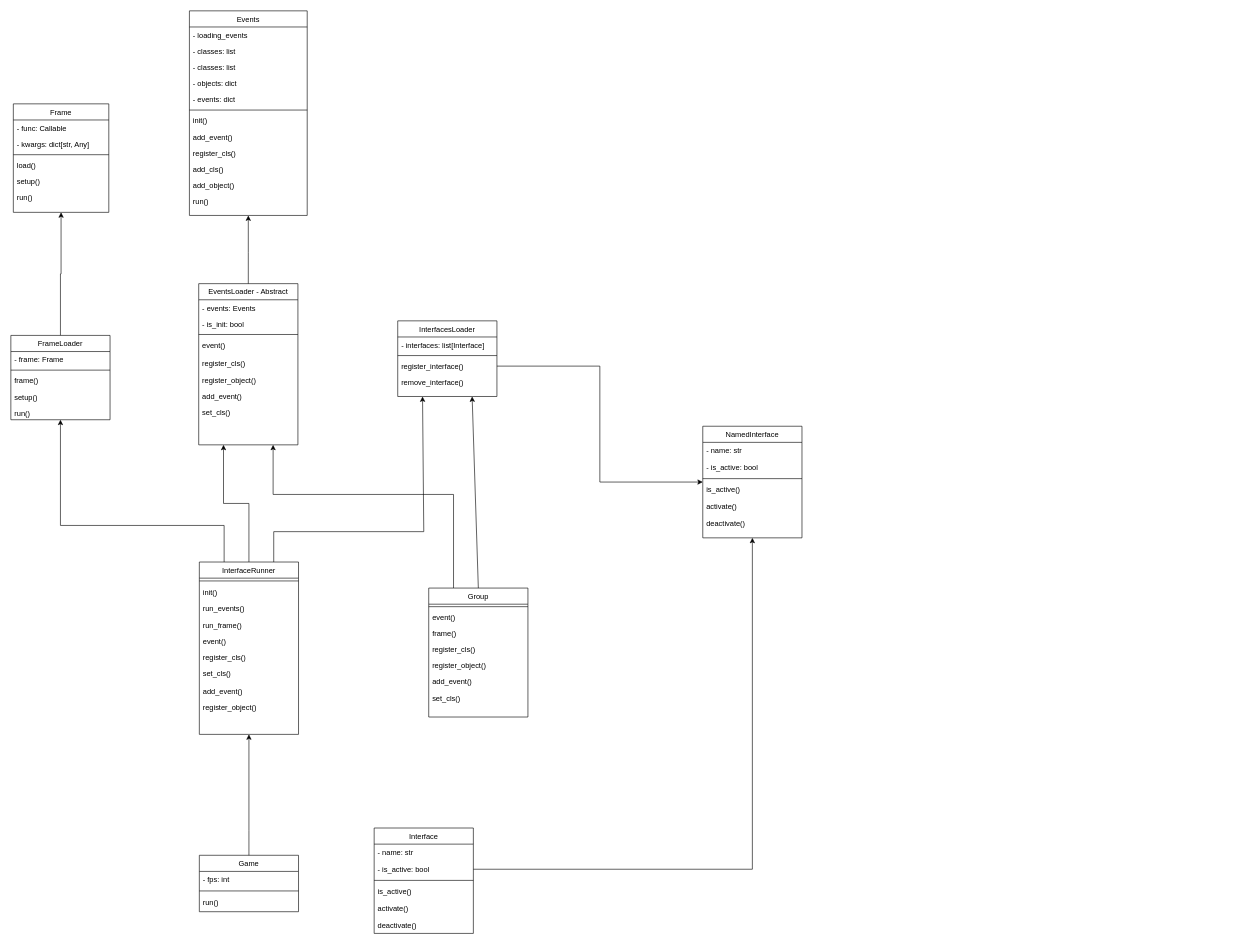
The draw.io diagram Diagrama sem nome.drawio in KauanHK/diagramas, before the edit. Source tidied: cells renumbered, new cells numbered last; positions are measured from the earlier drawing's top-left corner, leaving out a move shared by most shapes. Both pictures are drawn from the tidied source at 62%, with x=0, y=0 at pixel (11, 11).
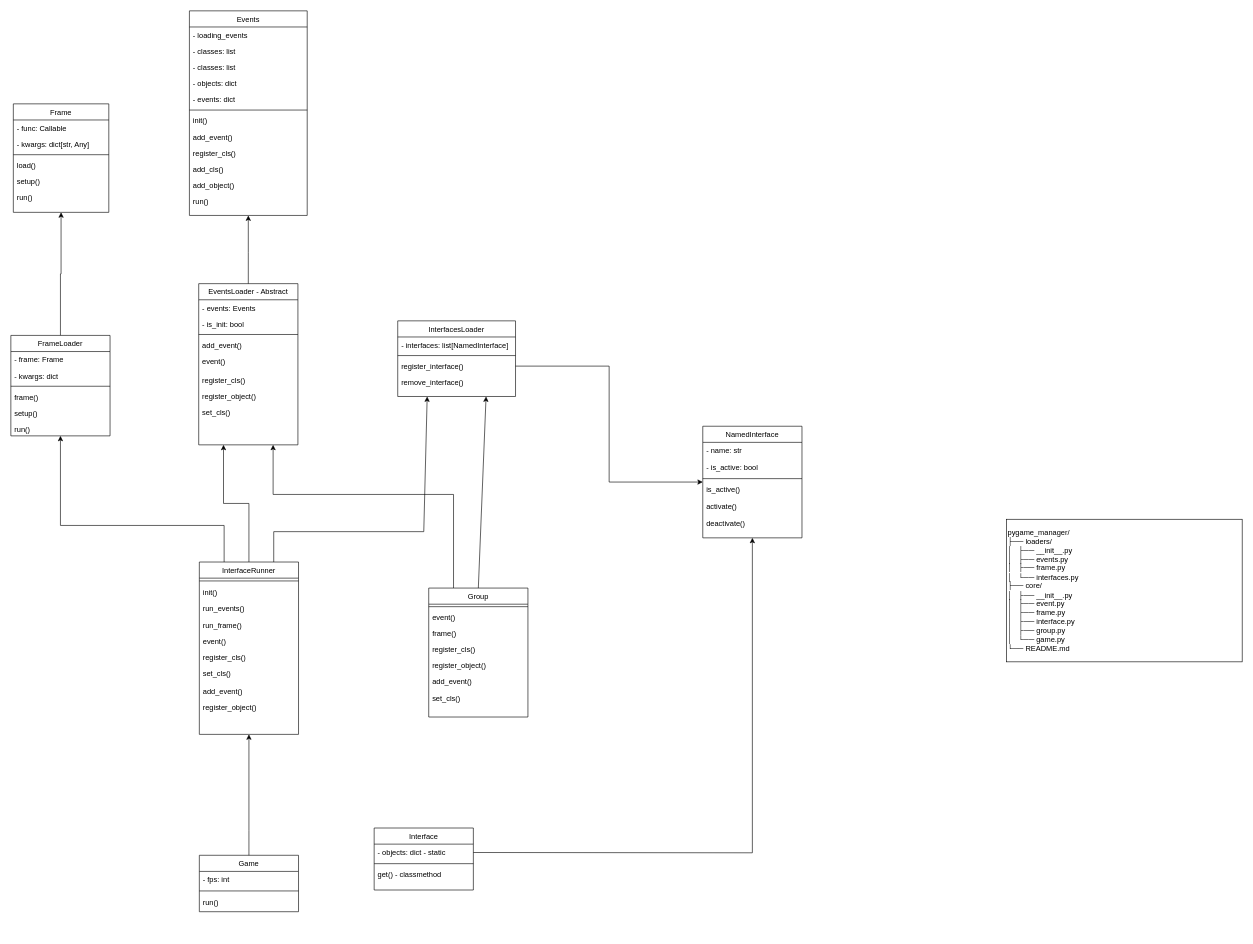
After the change.

Unchanged cells that the change refers to:
```xml
<mxCell id="2" value="EventsLoader - Abstract" style="swimlane;fontStyle=0;align=center;verticalAlign=top;horizontal=1;startSize=26;rounded=0;shadow=0;strokeWidth=1;" parent="1" vertex="1">
  <mxGeometry x="303" y="440" width="160" height="260" as="geometry" />
</mxCell>
<mxCell id="79" value="NamedInterface" style="swimlane;fontStyle=0;align=center;verticalAlign=top;horizontal=1;startSize=26;rounded=0;shadow=0;strokeWidth=1;" parent="1" vertex="1">
  <mxGeometry x="1116" y="670" width="160" height="180" as="geometry" />
</mxCell>
```

Change to the diagram source:
```diff
@@
+    <mxCell id="9" value="add_event()&#10;" style="text;align=left;verticalAlign=top;spacingLeft=4;spacingRight=4;overflow=hidden;" parent="2" vertex="1">
+      <mxGeometry y="86" width="160" height="26" as="geometry" />
+    </mxCell>
     <mxCell id="6" value="event()&#10;" style="text;align=left;verticalAlign=top;spacingLeft=4;spacingRight=4;overflow=hidden;" parent="2" vertex="1">
-      <mxGeometry y="86" width="160" height="30" as="geometry" />
+      <mxGeometry y="112" width="160" height="30" as="geometry" />
     </mxCell>
     <mxCell id="7" value="register_cls()&#10;" style="text;align=left;verticalAlign=top;spacingLeft=4;spacingRight=4;overflow=hidden;" parent="2" vertex="1">
-      <mxGeometry y="116" width="160" height="26" as="geometry" />
+      <mxGeometry y="142" width="160" height="26" as="geometry" />
     </mxCell>
     <mxCell id="8" value="register_object()" style="text;align=left;verticalAlign=top;spacingLeft=4;spacingRight=4;overflow=hidden;" parent="2" vertex="1">
-      <mxGeometry y="142" width="160" height="26" as="geometry" />
+      <mxGeometry y="168" width="160" height="26" as="geometry" />
     </mxCell>
-    <mxCell id="9" value="add_event()&#10;" style="text;align=left;verticalAlign=top;spacingLeft=4;spacingRight=4;overflow=hidden;" parent="2" vertex="1">
-      <mxGeometry y="168" width="160" height="26" as="geometry" />
-    </mxCell>
@@
     <mxCell id="11" value="Interface" style="swimlane;fontStyle=0;align=center;verticalAlign=top;horizontal=1;startSize=26;rounded=0;shadow=0;strokeWidth=1;" parent="1" vertex="1">
-      <mxGeometry x="586" y="1318" width="160" height="170" as="geometry" />
+      <mxGeometry x="586" y="1318" width="160" height="100" as="geometry" />
     </mxCell>
-    <mxCell id="12" value="- name: str" style="text;align=left;verticalAlign=top;spacingLeft=4;spacingRight=4;overflow=hidden;rounded=0;shadow=0;html=0;" parent="11" vertex="1">
-      <mxGeometry y="26" width="160" height="27" as="geometry" />
-    </mxCell>
-    <mxCell id="13" value="- is_active: bool" style="text;align=left;verticalAlign=top;spacingLeft=4;spacingRight=4;overflow=hidden;points=[[0,0.5],[1,0.5]];portConstraint=eastwest;rounded=0;shadow=0;html=0;" parent="11" vertex="1">
-      <mxGeometry y="53" width="160" height="27" as="geometry" />
-    </mxCell>
+    <mxCell id="88" value="- objects: dict - static" style="text;align=left;verticalAlign=top;spacingLeft=4;spacingRight=4;overflow=hidden;rounded=0;shadow=0;html=0;" parent="11" vertex="1">
+      <mxGeometry y="26" width="160" height="27" as="geometry" />
+    </mxCell>
     <mxCell id="14" style="line;html=1;strokeWidth=1;align=left;verticalAlign=middle;spacingTop=-1;spacingLeft=3;spacingRight=3;labelPosition=right;" parent="11" vertex="1">
-      <mxGeometry y="80" width="160" height="9" as="geometry" />
+      <mxGeometry y="53" width="160" height="9" as="geometry" />
     </mxCell>
-    <mxCell id="15" value="is_active()" style="text;align=left;verticalAlign=top;spacingLeft=4;spacingRight=4;overflow=hidden;rounded=0;shadow=0;html=0;" parent="11" vertex="1">
-      <mxGeometry y="89" width="160" height="27" as="geometry" />
-    </mxCell>
-    <mxCell id="16" value="activate()" style="text;align=left;verticalAlign=top;spacingLeft=4;spacingRight=4;overflow=hidden;rounded=0;shadow=0;html=0;" parent="11" vertex="1">
-      <mxGeometry y="116" width="160" height="27" as="geometry" />
-    </mxCell>
-    <mxCell id="17" value="deactivate()" style="text;align=left;verticalAlign=top;spacingLeft=4;spacingRight=4;overflow=hidden;rounded=0;shadow=0;html=0;" parent="11" vertex="1">
-      <mxGeometry y="143" width="160" height="27" as="geometry" />
+    <mxCell id="17" value="get() - classmethod" style="text;align=left;verticalAlign=top;spacingLeft=4;spacingRight=4;overflow=hidden;rounded=0;shadow=0;html=0;" parent="11" vertex="1">
+      <mxGeometry y="62" width="160" height="27" as="geometry" />
     </mxCell>
@@
     <mxCell id="51" value="InterfacesLoader" style="swimlane;fontStyle=0;align=center;verticalAlign=top;horizontal=1;startSize=26;rounded=0;shadow=0;strokeWidth=1;" parent="1" vertex="1">
-      <mxGeometry x="624" y="500" width="160" height="122" as="geometry" />
+      <mxGeometry x="624" y="500" width="190" height="122" as="geometry" />
     </mxCell>
-    <mxCell id="52" value="- interfaces: list[Interface]" style="text;align=left;verticalAlign=top;spacingLeft=4;spacingRight=4;overflow=hidden;" parent="51" vertex="1">
-      <mxGeometry y="26" width="160" height="26" as="geometry" />
+    <mxCell id="52" value="- interfaces: list[NamedInterface]" style="text;align=left;verticalAlign=top;spacingLeft=4;spacingRight=4;overflow=hidden;" parent="51" vertex="1">
+      <mxGeometry y="26" width="190" height="26" as="geometry" />
     </mxCell>
     <mxCell id="53" style="line;html=1;strokeWidth=1;align=left;verticalAlign=middle;spacingTop=-1;spacingLeft=3;spacingRight=3;labelPosition=right;" parent="51" vertex="1">
-      <mxGeometry y="52" width="160" height="8" as="geometry" />
+      <mxGeometry y="52" width="190" height="8" as="geometry" />
     </mxCell>
     <mxCell id="54" value="register_interface()" style="text;align=left;verticalAlign=top;spacingLeft=4;spacingRight=4;overflow=hidden;points=[[0,0.5],[1,0.5]];portConstraint=eastwest;rounded=0;shadow=0;html=0;" parent="51" vertex="1">
-      <mxGeometry y="60" width="160" height="26" as="geometry" />
+      <mxGeometry y="60" width="190" height="26" as="geometry" />
     </mxCell>
     <mxCell id="55" value="remove_interface()" style="text;align=left;verticalAlign=top;spacingLeft=4;spacingRight=4;overflow=hidden;rounded=0;shadow=0;html=0;" parent="51" vertex="1">
-      <mxGeometry y="86" width="160" height="26" as="geometry" />
+      <mxGeometry y="86" width="190" height="26" as="geometry" />
     </mxCell>
@@
     <mxCell id="72" value="FrameLoader" style="swimlane;fontStyle=0;align=center;verticalAlign=top;horizontal=1;startSize=26;rounded=0;shadow=0;strokeWidth=1;" parent="1" vertex="1">
-      <mxGeometry y="523.5" width="160" height="136" as="geometry" />
+      <mxGeometry y="523.5" width="160" height="162" as="geometry" />
     </mxCell>
@@
+    <mxCell id="89" value="- kwargs: dict" style="text;align=left;verticalAlign=top;spacingLeft=4;spacingRight=4;overflow=hidden;" parent="72" vertex="1">
+      <mxGeometry y="52" width="160" height="26" as="geometry" />
+    </mxCell>
     <mxCell id="74" style="line;html=1;strokeWidth=1;align=left;verticalAlign=middle;spacingTop=-1;spacingLeft=3;spacingRight=3;labelPosition=right;" parent="72" vertex="1">
-      <mxGeometry y="52" width="160" height="8" as="geometry" />
+      <mxGeometry y="78" width="160" height="8" as="geometry" />
     </mxCell>
     <mxCell id="75" value="frame()" style="text;align=left;verticalAlign=top;spacingLeft=4;spacingRight=4;overflow=hidden;" parent="72" vertex="1">
-      <mxGeometry y="60" width="160" height="26" as="geometry" />
+      <mxGeometry y="86" width="160" height="26" as="geometry" />
     </mxCell>
     <mxCell id="76" value="setup()" style="text;align=left;verticalAlign=top;spacingLeft=4;spacingRight=4;overflow=hidden;" parent="72" vertex="1">
-      <mxGeometry y="86" width="160" height="26" as="geometry" />
+      <mxGeometry y="112" width="160" height="26" as="geometry" />
     </mxCell>
     <mxCell id="77" value="run()" style="text;align=left;verticalAlign=top;spacingLeft=4;spacingRight=4;overflow=hidden;" parent="72" vertex="1">
-      <mxGeometry y="112" width="160" height="24" as="geometry" />
+      <mxGeometry y="138" width="160" height="24" as="geometry" />
     </mxCell>
@@
-    <mxCell id="87" style="edgeStyle=orthogonalEdgeStyle;rounded=0;jettySize=auto;html=1;exitX=1;exitY=0.5;exitDx=0;exitDy=0;entryX=0.5;entryY=1;entryDx=0;entryDy=0;" parent="1" edge="1" source="13" target="79">
-      <mxGeometry relative="1" as="geometry" />
+    <mxCell id="87" style="edgeStyle=orthogonalEdgeStyle;rounded=0;jettySize=auto;html=1;exitX=1;exitY=0.5;exitDx=0;exitDy=0;entryX=0.5;entryY=1;entryDx=0;entryDy=0;" parent="1" edge="1" target="79">
+      <mxGeometry relative="1" as="geometry">
+        <mxPoint x="746" y="1357.5" as="sourcePoint" />
+      </mxGeometry>
     </mxCell>
+    <mxCell id="90" value="&lt;div&gt;pygame_manager/&lt;/div&gt;&lt;div&gt;├── loaders/&lt;/div&gt;&lt;div&gt;│&amp;nbsp; &amp;nbsp;├── __init__.py&lt;/div&gt;&lt;div&gt;│&amp;nbsp; &amp;nbsp;├── events.py&lt;/div&gt;&lt;div&gt;│&amp;nbsp; &amp;nbsp;&lt;span style=&quot;background-color: initial;&quot;&gt;├&lt;/span&gt;&lt;span style=&quot;background-color: initial;&quot;&gt;── frame.py&lt;/span&gt;&lt;/div&gt;&lt;div&gt;│&amp;nbsp; &amp;nbsp;└── interfaces.py&lt;/div&gt;&lt;div&gt;├── core/&lt;/div&gt;&lt;div&gt;│&amp;nbsp; &amp;nbsp;&lt;span style=&quot;background-color: initial;&quot;&gt;├&lt;/span&gt;&lt;span style=&quot;background-color: initial;&quot;&gt;── __init__.py&lt;/span&gt;&lt;/div&gt;&lt;div&gt;│&amp;nbsp; &amp;nbsp;├── event.py&lt;/div&gt;&lt;div&gt;│&amp;nbsp; &amp;nbsp;├── frame.py&lt;/div&gt;&lt;div&gt;│&amp;nbsp; &amp;nbsp;&lt;span style=&quot;background-color: initial;&quot;&gt;├&lt;/span&gt;&lt;span style=&quot;background-color: initial;&quot;&gt;── interface.py&lt;/span&gt;&lt;/div&gt;&lt;div&gt;│&amp;nbsp; &amp;nbsp;&lt;span style=&quot;background-color: initial;&quot;&gt;├&lt;/span&gt;&lt;span style=&quot;background-color: initial;&quot;&gt;──&amp;nbsp;group.py&lt;/span&gt;&lt;/div&gt;&lt;div&gt;│&amp;nbsp; &amp;nbsp;└──&amp;nbsp;&lt;span style=&quot;background-color: initial;&quot;&gt;game.py&lt;/span&gt;&lt;/div&gt;&lt;div&gt;└── README.md&lt;/div&gt;" style="whiteSpace=wrap;html=1;align=left;" parent="1" vertex="1">
+      <mxGeometry x="1606" y="820" width="380" height="230" as="geometry" />
+    </mxCell>
```
